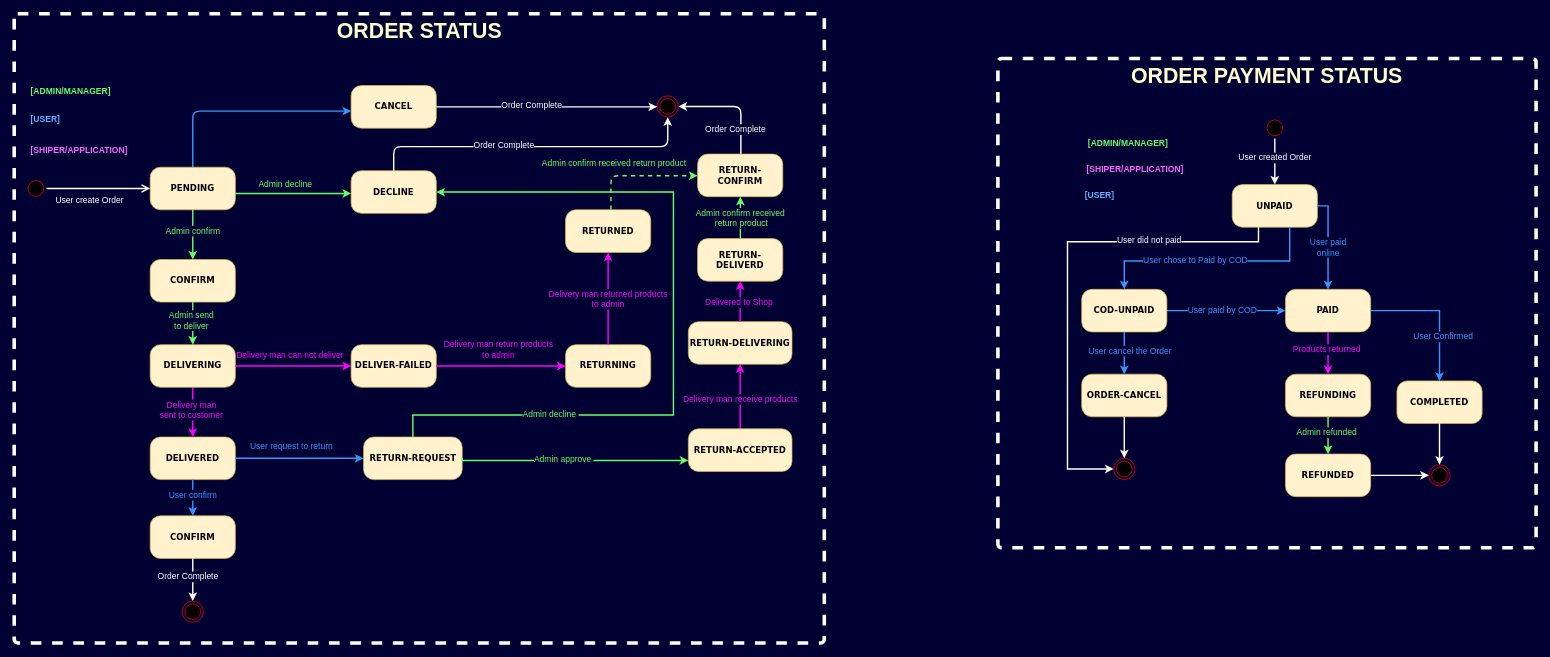
This is order_state_diagram.drawio from hopelessabit/cody, a draw.io file, before an edit. Source tidied: cells renumbered, new cells numbered last; positions are measured from the earlier drawing's top-left corner, leaving out a move shared by most shapes. Both pictures are drawn from the tidied source at 71%, with x=0, y=0 at pixel (13, 13).
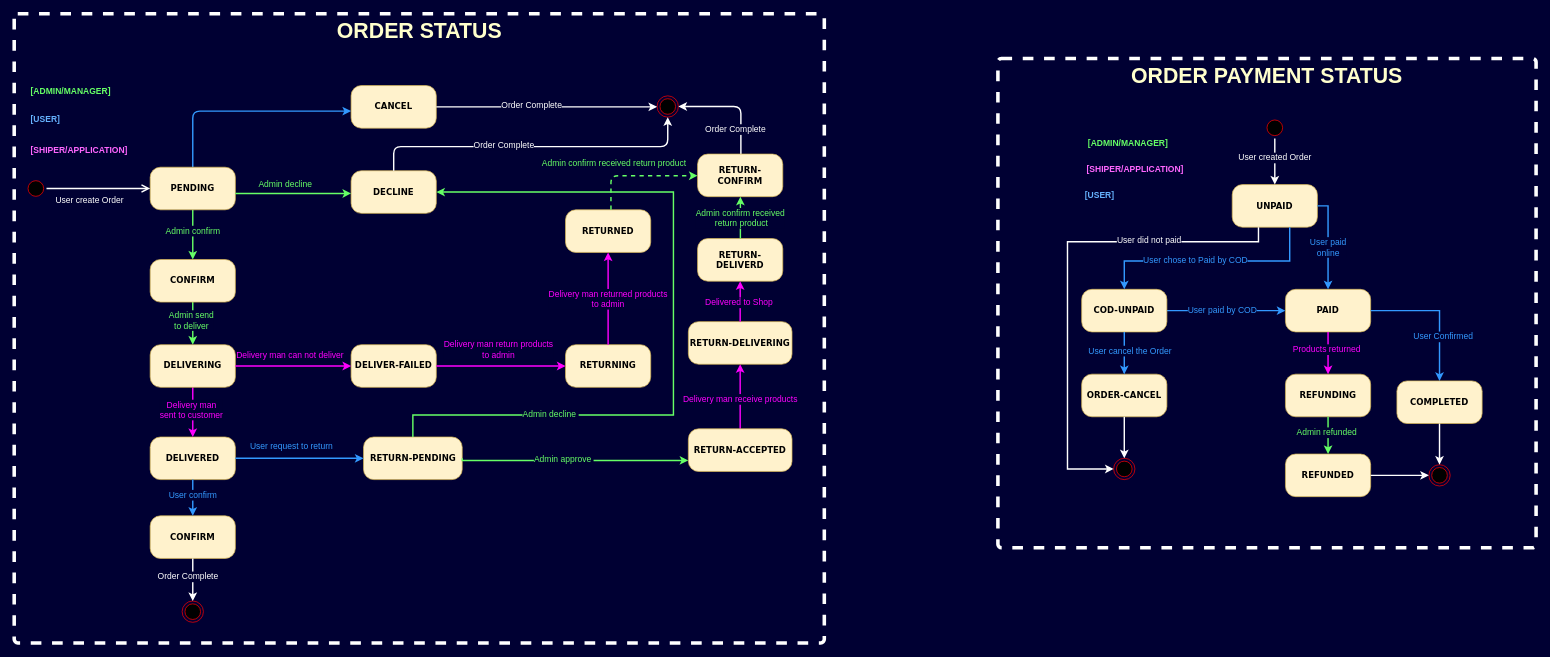
The same page after the edit.

Diff of the diagram source:
```diff
@@
-    <mxCell id="20" value="RETURN-REQUEST" style="rounded=1;whiteSpace=wrap;html=1;arcSize=24;shadow=0;comic=0;labelBackgroundColor=none;fontFamily=Verdana;fontSize=12;align=center;fillColor=#fff2cc;strokeColor=#d6b656;fontStyle=1;" parent="1" vertex="1">
+    <mxCell id="20" value="RETURN-PENDING" style="rounded=1;whiteSpace=wrap;html=1;arcSize=24;shadow=0;comic=0;labelBackgroundColor=none;fontFamily=Verdana;fontSize=12;align=center;fillColor=#fff2cc;strokeColor=#d6b656;fontStyle=1;" parent="1" vertex="1">
       <mxGeometry x="492.5" y="596" width="139" height="60" as="geometry" />
     </mxCell>
```
